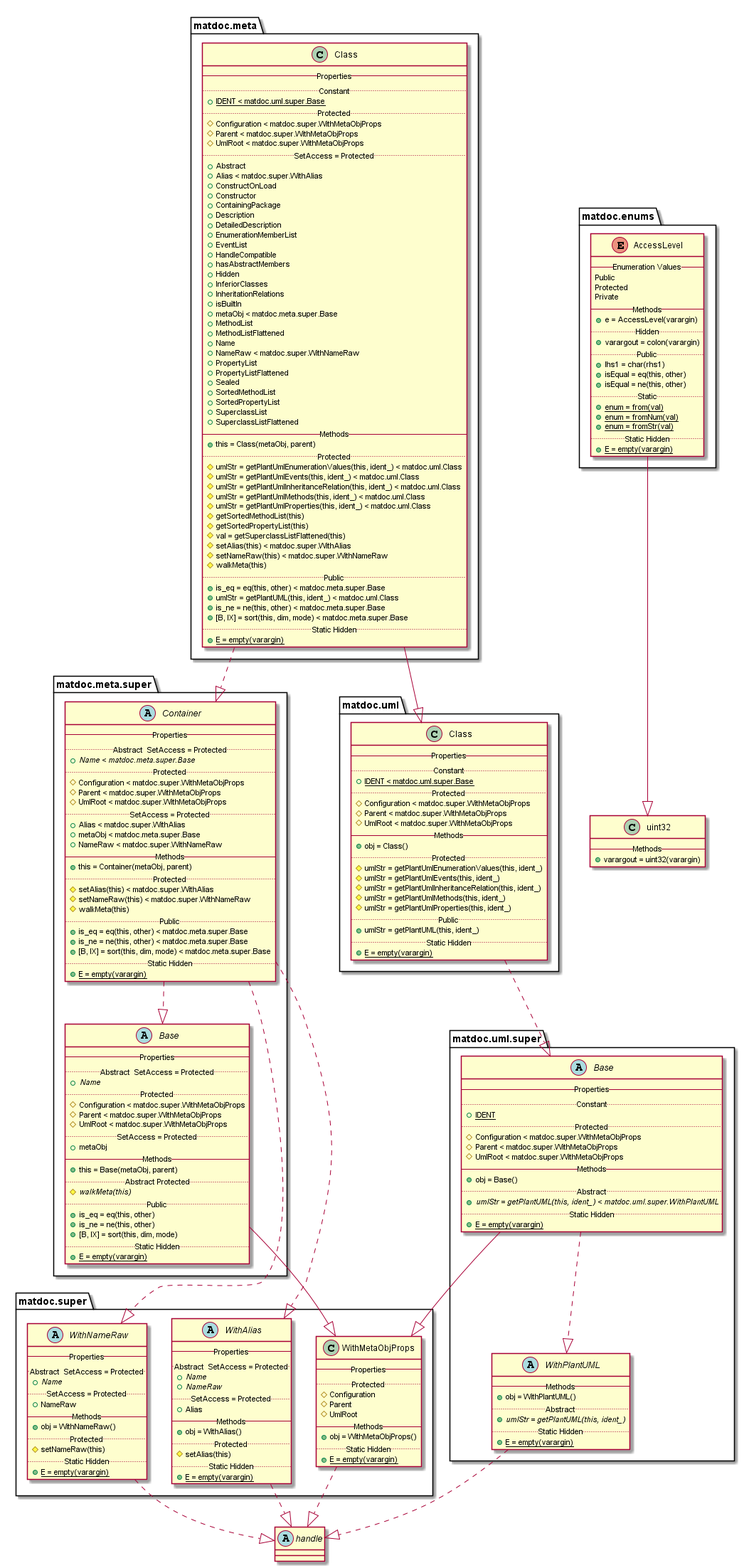
Before: doc/uml-examples/export-class-HideEvents-true.png, a diagram exported from PlantUML (flxdot/matdoc).
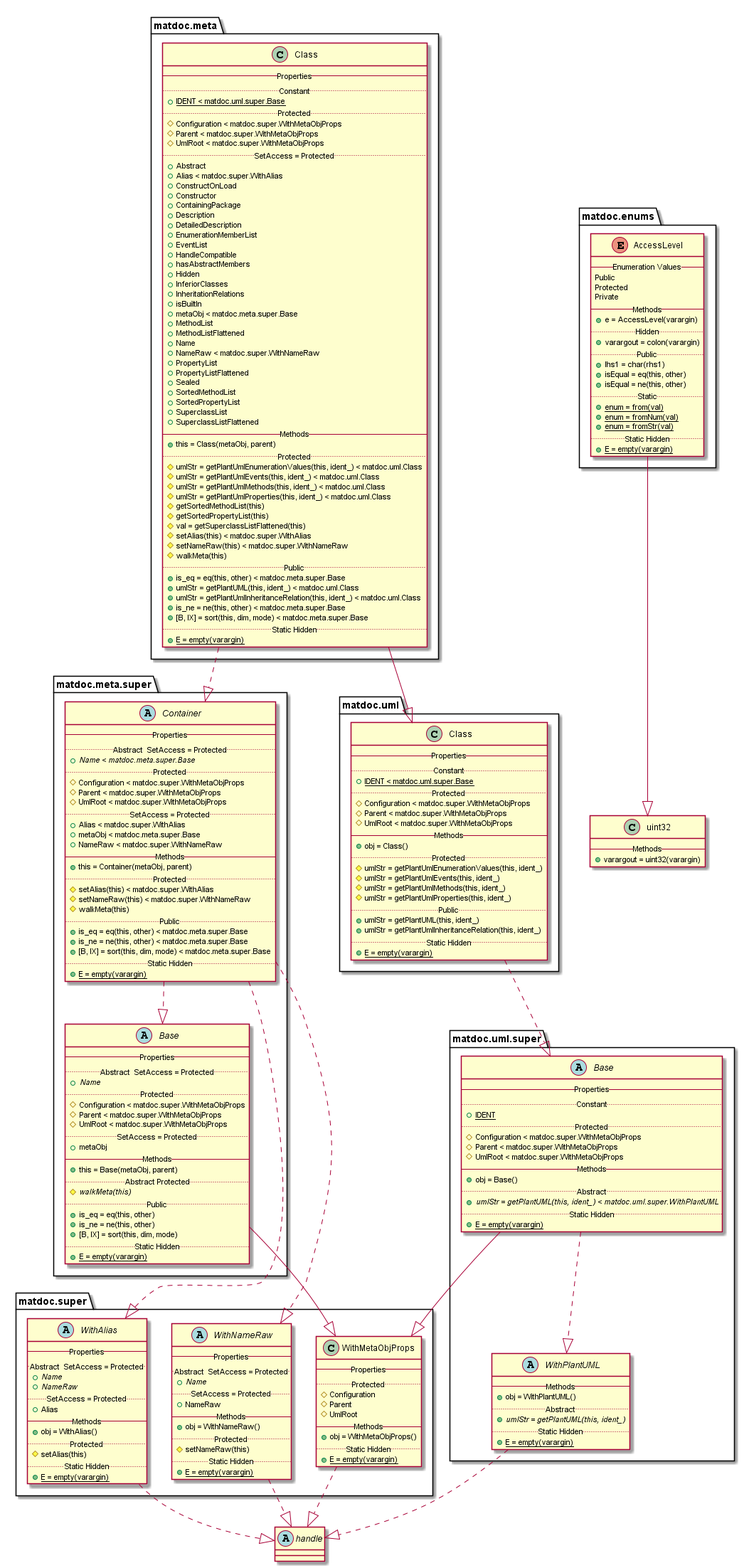
After the commit.

Diff of the diagram source:
```diff
@@ -2,7 +2,6 @@
 
 abstract class handle {
 }
-
 
 enum matdoc.enums.AccessLevel {
    -- Enumeration Values --
@@ -24,8 +23,6 @@
    .. Static Hidden ..
    {method} {static} + E = empty(varargin)
 }
-
-matdoc.enums.AccessLevel --|> uint32
 
 class matdoc.meta.Class {
    -- Properties --
@@ -68,7 +65,6 @@
    .. Protected ..
    {method} # umlStr = getPlantUmlEnumerationValues(this, ident_) < matdoc.uml.Class
    {method} # umlStr = getPlantUmlEvents(this, ident_) < matdoc.uml.Class
-   {method} # umlStr = getPlantUmlInheritanceRelation(this, ident_) < matdoc.uml.Class
    {method} # umlStr = getPlantUmlMethods(this, ident_) < matdoc.uml.Class
    {method} # umlStr = getPlantUmlProperties(this, ident_) < matdoc.uml.Class
    {method} # getSortedMethodList(this)
@@ -80,14 +76,12 @@
    .. Public ..
    {method} + is_eq = eq(this, other) < matdoc.meta.super.Base
    {method} + umlStr = getPlantUML(this, ident_) < matdoc.uml.Class
+   {method} + umlStr = getPlantUmlInheritanceRelation(this, ident_) < matdoc.uml.Class
    {method} + is_ne = ne(this, other) < matdoc.meta.super.Base
    {method} + [B, IX] = sort(this, dim, mode) < matdoc.meta.super.Base
    .. Static Hidden ..
    {method} {static} + E = empty(varargin)
 }
-
-matdoc.meta.Class ..|> matdoc.meta.super.Container
-matdoc.meta.Class --|> matdoc.uml.Class
 
 abstract class matdoc.meta.super.Base {
    -- Properties --
@@ -110,8 +104,6 @@
    .. Static Hidden ..
    {method} {static} + E = empty(varargin)
 }
-
-matdoc.meta.super.Base --|> matdoc.super.WithMetaObjProps
 
 abstract class matdoc.meta.super.Container {
    -- Properties --
@@ -139,10 +131,6 @@
    {method} {static} + E = empty(varargin)
 }
 
-matdoc.meta.super.Container ..|> matdoc.meta.super.Base
-matdoc.meta.super.Container ..|> matdoc.super.WithNameRaw
-matdoc.meta.super.Container ..|> matdoc.super.WithAlias
-
 abstract class matdoc.super.WithAlias {
    -- Properties --
    .. Abstract  SetAccess = Protected ..
@@ -158,8 +146,6 @@
    {method} {static} + E = empty(varargin)
 }
 
-matdoc.super.WithAlias ..|> handle
-
 class matdoc.super.WithMetaObjProps {
    -- Properties --
    .. Protected ..
@@ -171,8 +157,6 @@
    .. Static Hidden ..
    {method} {static} + E = empty(varargin)
 }
-
-matdoc.super.WithMetaObjProps ..|> handle
 
 abstract class matdoc.super.WithNameRaw {
    -- Properties --
@@ -188,8 +172,6 @@
    {method} {static} + E = empty(varargin)
 }
 
-matdoc.super.WithNameRaw ..|> handle
-
 class matdoc.uml.Class {
    -- Properties --
    .. Constant ..
@@ -203,16 +185,14 @@
    .. Protected ..
    {method} # umlStr = getPlantUmlEnumerationValues(this, ident_)
    {method} # umlStr = getPlantUmlEvents(this, ident_)
-   {method} # umlStr = getPlantUmlInheritanceRelation(this, ident_)
    {method} # umlStr = getPlantUmlMethods(this, ident_)
    {method} # umlStr = getPlantUmlProperties(this, ident_)
    .. Public ..
    {method} + umlStr = getPlantUML(this, ident_)
+   {method} + umlStr = getPlantUmlInheritanceRelation(this, ident_)
    .. Static Hidden ..
    {method} {static} + E = empty(varargin)
 }
-
-matdoc.uml.Class ..|> matdoc.uml.super.Base
 
 abstract class matdoc.uml.super.Base {
    -- Properties --
@@ -230,9 +210,6 @@
    {method} {static} + E = empty(varargin)
 }
 
-matdoc.uml.super.Base --|> matdoc.super.WithMetaObjProps
-matdoc.uml.super.Base ..|> matdoc.uml.super.WithPlantUML
-
 abstract class matdoc.uml.super.WithPlantUML {
    -- Methods --
    {method} + obj = WithPlantUML()
@@ -242,12 +219,26 @@
    {method} {static} + E = empty(varargin)
 }
 
-matdoc.uml.super.WithPlantUML ..|> handle
-
 class uint32 {
    -- Methods --
    {method} + varargout = uint32(varargin)
 }
 
 
+matdoc.enums.AccessLevel --|> uint32
+matdoc.meta.Class ..|> matdoc.meta.super.Container
+matdoc.meta.Class --|> matdoc.uml.Class
+matdoc.meta.super.Base --|> matdoc.super.WithMetaObjProps
+matdoc.meta.super.Container ..|> matdoc.meta.super.Base
+matdoc.meta.super.Container ..|> matdoc.super.WithNameRaw
+matdoc.meta.super.Container ..|> matdoc.super.WithAlias
+matdoc.super.WithAlias ..|> handle
+matdoc.super.WithMetaObjProps ..|> handle
+matdoc.super.WithNameRaw ..|> handle
+matdoc.uml.Class ..|> matdoc.uml.super.Base
+matdoc.uml.super.Base --|> matdoc.super.WithMetaObjProps
+matdoc.uml.super.Base ..|> matdoc.uml.super.WithPlantUML
+matdoc.uml.super.WithPlantUML ..|> handle
+
+
 @enduml
```
